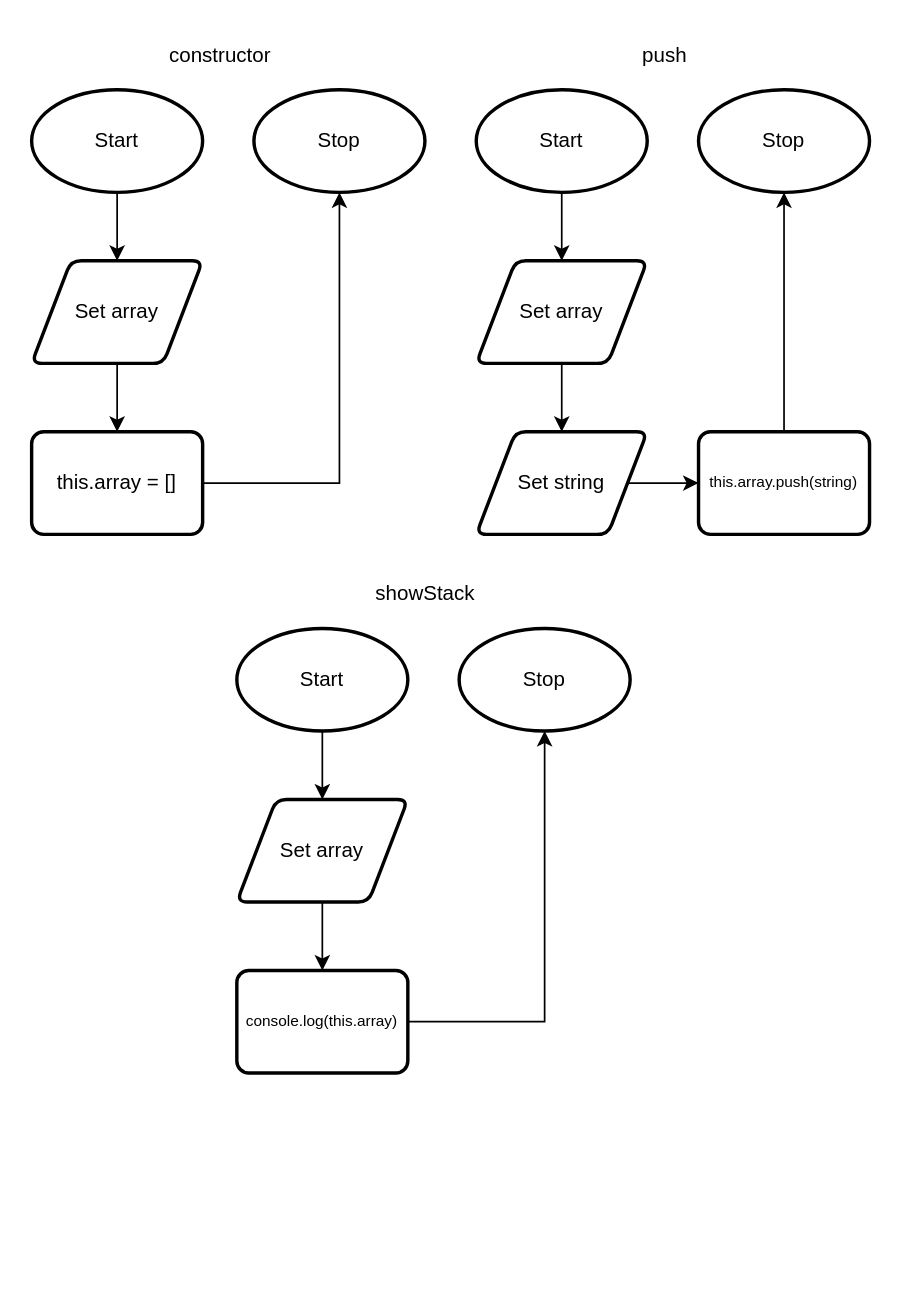
This is Unit2-01/design/design.drawio from MTHS-ICS4U-1-2023/ICS4U-Unit2-Cristiano-Sellitto, a draw.io file, before an edit. Source tidied: cells renumbered, new cells numbered last; positions are measured from the earlier drawing's top-left corner, leaving out a move shared by most shapes. Both pictures are drawn from the tidied source at 171%, with x=0, y=0 at pixel (31, 29).
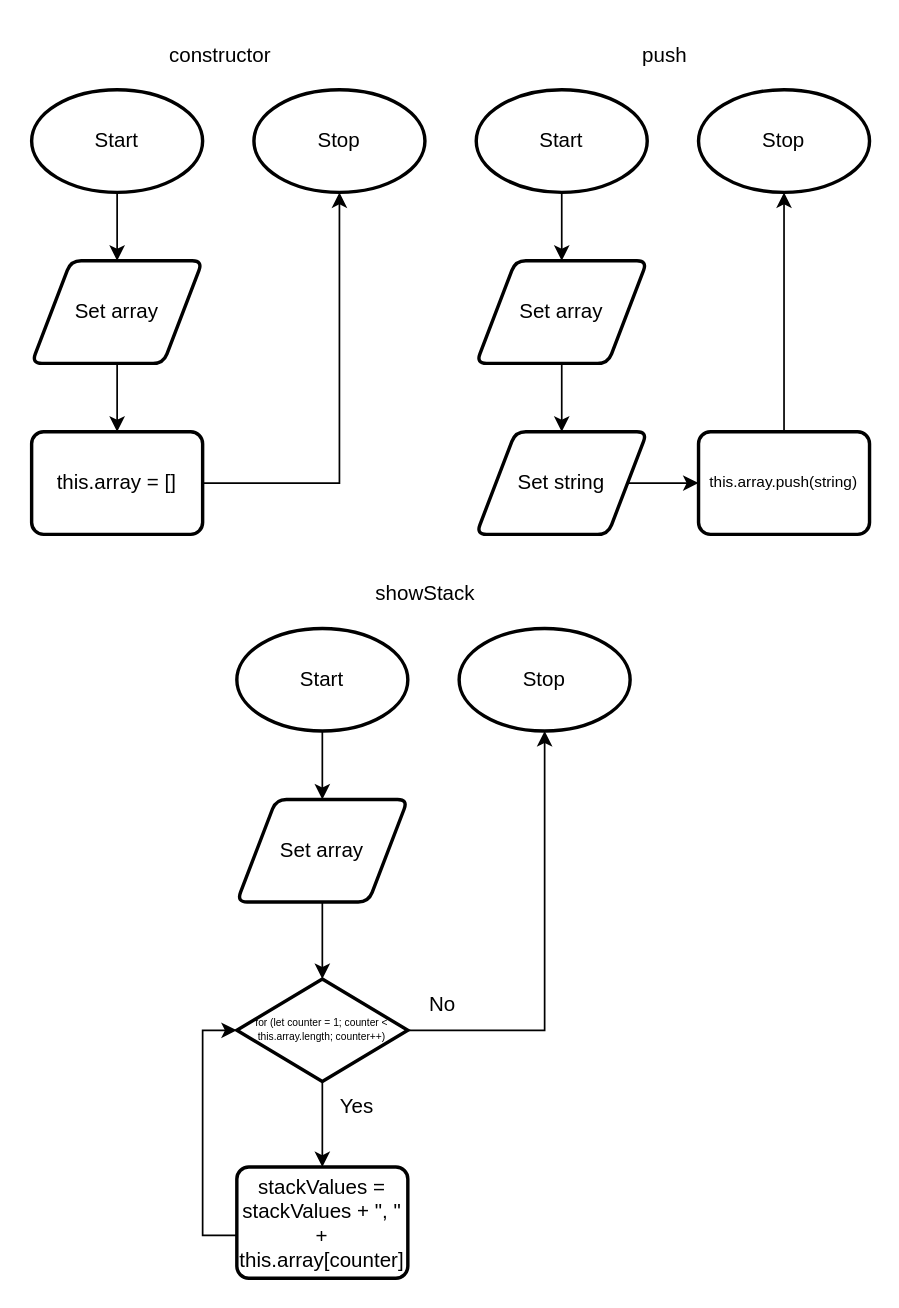
The same diagram, later.

Unchanged cells that the change refers to:
```xml
<mxCell id="22" value="Stop" style="strokeWidth=2;html=1;shape=mxgraph.flowchart.start_1;whiteSpace=wrap;" parent="1" vertex="1">
  <mxGeometry x="250" y="350" width="100" height="60" as="geometry" />
</mxCell>
```

The edit, as a diff of the source:
```diff
@@
-    <mxCell id="23" style="edgeStyle=none;html=1;entryX=0.5;entryY=0;entryDx=0;entryDy=0;fontSize=12;" parent="1" edge="1">
+    <mxCell id="23" style="edgeStyle=none;html=1;entryX=0.5;entryY=0;entryDx=0;entryDy=0;fontSize=12;entryPerimeter=0;" parent="1" edge="1" target="29">
       <mxGeometry relative="1" as="geometry">
         <mxPoint x="170" y="510" as="sourcePoint" />
-        <mxPoint x="170" y="550" as="targetPoint" />
       </mxGeometry>
     </mxCell>
@@
-    <mxCell id="25" style="edgeStyle=none;rounded=0;html=1;entryX=0.5;entryY=1;entryDx=0;entryDy=0;entryPerimeter=0;fontSize=9;" parent="1" edge="1" source="26" target="22">
+    <mxCell id="25" style="edgeStyle=none;rounded=0;html=1;entryX=0.5;entryY=1;entryDx=0;entryDy=0;entryPerimeter=0;fontSize=9;" parent="1" edge="1" source="29" target="22">
       <mxGeometry relative="1" as="geometry">
         <Array as="points">
-          <mxPoint x="300" y="580" />
+          <mxPoint x="300" y="585" />
         </Array>
       </mxGeometry>
     </mxCell>
-    <mxCell id="26" value="console.log(this.array)" style="rounded=1;whiteSpace=wrap;html=1;absoluteArcSize=1;arcSize=14;strokeWidth=2;fontSize=9;" parent="1" vertex="1">
-      <mxGeometry x="120" y="550" width="100" height="60" as="geometry" />
-    </mxCell>
@@
+    <mxCell id="28" style="edgeStyle=none;html=1;fontSize=6;" parent="1" edge="1" source="29" target="31">
+      <mxGeometry relative="1" as="geometry" />
+    </mxCell>
+    <mxCell id="29" value="for (let counter = 1; counter &amp;lt; this.array.length; counter++)" style="strokeWidth=2;html=1;shape=mxgraph.flowchart.decision;whiteSpace=wrap;fontSize=6;" parent="1" vertex="1">
+      <mxGeometry x="120" y="555" width="100" height="60" as="geometry" />
+    </mxCell>
+    <mxCell id="30" style="edgeStyle=orthogonalEdgeStyle;html=1;entryX=0;entryY=0.5;entryDx=0;entryDy=0;entryPerimeter=0;fontSize=6;rounded=0;" parent="1" edge="1" source="31" target="29">
+      <mxGeometry relative="1" as="geometry">
+        <Array as="points">
+          <mxPoint x="100" y="705" />
+          <mxPoint x="100" y="585" />
+        </Array>
+      </mxGeometry>
+    </mxCell>
+    <mxCell id="31" value="stackValues = stackValues + &quot;, &quot; + this.array[counter]" style="rounded=1;whiteSpace=wrap;html=1;absoluteArcSize=1;arcSize=14;strokeWidth=2;fontSize=12;" parent="1" vertex="1">
+      <mxGeometry x="120" y="665" width="100" height="65" as="geometry" />
+    </mxCell>
+    <mxCell id="32" value="Yes" style="text;html=1;align=center;verticalAlign=middle;strokeColor=none;fillColor=none;fontSize=12;" parent="1" vertex="1">
+      <mxGeometry x="170" y="615" width="40" height="30" as="geometry" />
+    </mxCell>
+    <mxCell id="33" value="No" style="text;html=1;align=center;verticalAlign=middle;strokeColor=none;fillColor=none;fontSize=12;" parent="1" vertex="1">
+      <mxGeometry x="220" y="555" width="40" height="30" as="geometry" />
+    </mxCell>
```
